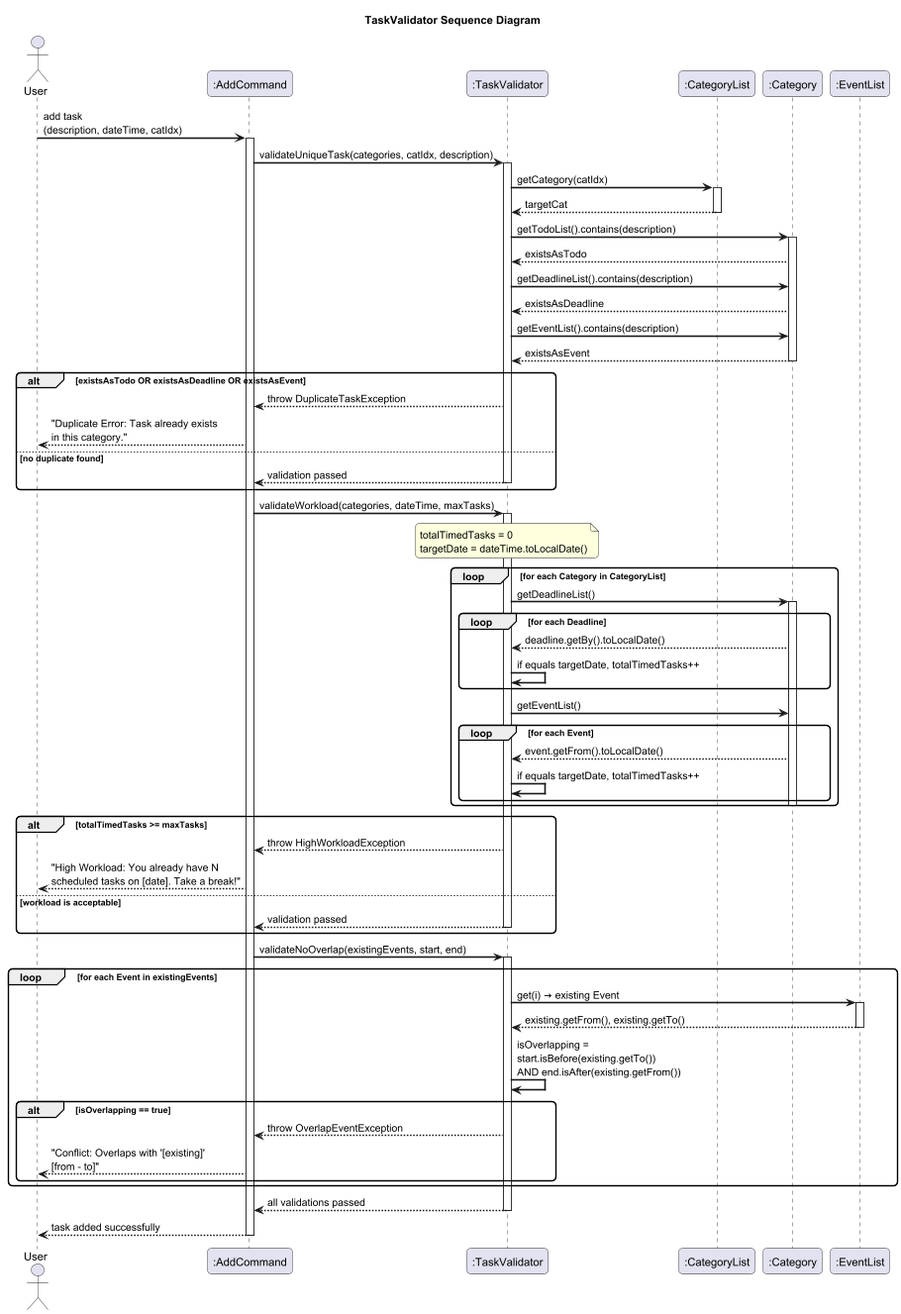
The PlantUML diagram docs/pictures/TaskValidatorSequence.png in sushmiithaa/tp, before a commit. Its diagram source:
```plantuml
@startuml TaskValidatorSequenceDiagram

skinparam sequenceArrowThickness 2
skinparam roundcorner 10

title TaskValidator Sequence Diagram

actor User
participant ":AddCommand" as AC
participant ":TaskValidator" as TV
participant ":CategoryList" as CL
participant ":Category" as CAT
participant ":EventList" as EL

User -> AC : add task\n(description, dateTime, catIdx)
activate AC

AC -> TV : validateUniqueTask(categories, catIdx, description)
activate TV

TV -> CL : getCategory(catIdx)
activate CL
CL --> TV : targetCat
deactivate CL

TV -> CAT : getTodoList().contains(description)
activate CAT
CAT --> TV : existsAsTodo

TV -> CAT : getDeadlineList().contains(description)
CAT --> TV : existsAsDeadline

TV -> CAT : getEventList().contains(description)
CAT --> TV : existsAsEvent
deactivate CAT

alt existsAsTodo OR existsAsDeadline OR existsAsEvent
    TV --> AC : throw DuplicateTaskException
    AC --> User : "Duplicate Error: Task already exists\nin this category."
else no duplicate found
    TV --> AC : validation passed
    deactivate TV
end

AC -> TV : validateWorkload(categories, dateTime, maxTasks)
activate TV

note over TV : totalTimedTasks = 0\ntargetDate = dateTime.toLocalDate()

loop for each Category in CategoryList
    TV -> CAT : getDeadlineList()
    activate CAT
    loop for each Deadline
        CAT --> TV : deadline.getBy().toLocalDate()
        TV -> TV : if equals targetDate, totalTimedTasks++
    end

    TV -> CAT : getEventList()
    loop for each Event
        CAT --> TV : event.getFrom().toLocalDate()
        TV -> TV : if equals targetDate, totalTimedTasks++
    end
    deactivate CAT
end

alt totalTimedTasks >= maxTasks
    TV --> AC : throw HighWorkloadException
    AC --> User : "High Workload: You already have N\nscheduled tasks on [date]. Take a break!"
else workload is acceptable
    TV --> AC : validation passed
    deactivate TV
end

AC -> TV : validateNoOverlap(existingEvents, start, end)
activate TV

loop for each Event in existingEvents
    TV -> EL : get(i) → existing Event
    activate EL
    EL --> TV : existing.getFrom(), existing.getTo()
    deactivate EL

    TV -> TV : isOverlapping =\nstart.isBefore(existing.getTo())\nAND end.isAfter(existing.getFrom())

    alt isOverlapping == true
        TV --> AC : throw OverlapEventException
        AC --> User : "Conflict: Overlaps with '[existing]'\n[from - to]"
    end
end

TV --> AC : all validations passed
deactivate TV

AC --> User : task added successfully
deactivate AC

@enduml
```
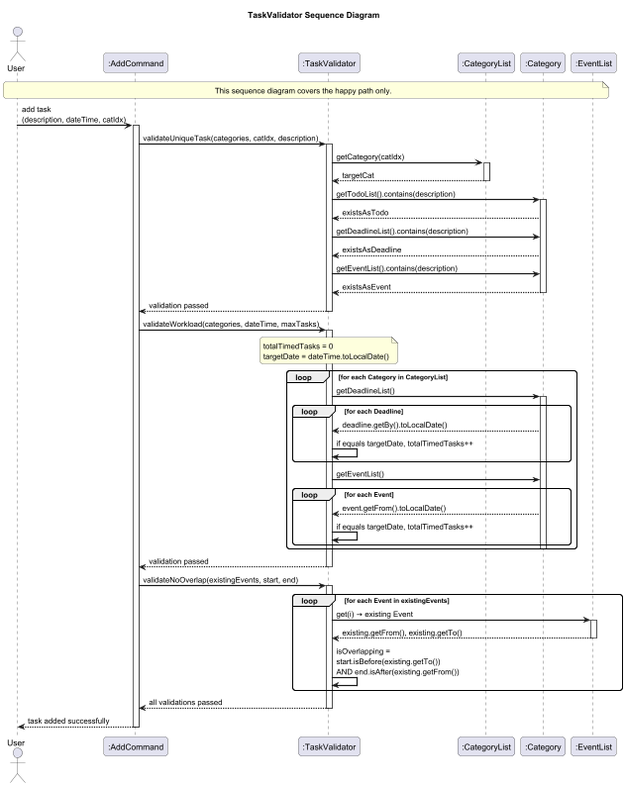
Later version of the same file.

Commit message:
Updated Sequence diagram to show happy path only

Change to the diagram source:
```diff
@@ -11,6 +11,8 @@
 participant ":CategoryList" as CL
 participant ":Category" as CAT
 participant ":EventList" as EL
+
+note over User, EL : This sequence diagram covers the happy path only.
 
 User -> AC : add task\n(description, dateTime, catIdx)
 activate AC
@@ -34,13 +36,8 @@
 CAT --> TV : existsAsEvent
 deactivate CAT
 
-alt existsAsTodo OR existsAsDeadline OR existsAsEvent
-    TV --> AC : throw DuplicateTaskException
-    AC --> User : "Duplicate Error: Task already exists\nin this category."
-else no duplicate found
-    TV --> AC : validation passed
-    deactivate TV
-end
+TV --> AC : validation passed
+deactivate TV
 
 AC -> TV : validateWorkload(categories, dateTime, maxTasks)
 activate TV
@@ -63,13 +60,8 @@
     deactivate CAT
 end
 
-alt totalTimedTasks >= maxTasks
-    TV --> AC : throw HighWorkloadException
-    AC --> User : "High Workload: You already have N\nscheduled tasks on [date]. Take a break!"
-else workload is acceptable
-    TV --> AC : validation passed
-    deactivate TV
-end
+TV --> AC : validation passed
+deactivate TV
 
 AC -> TV : validateNoOverlap(existingEvents, start, end)
 activate TV
@@ -81,11 +73,6 @@
     deactivate EL
 
     TV -> TV : isOverlapping =\nstart.isBefore(existing.getTo())\nAND end.isAfter(existing.getFrom())
-
-    alt isOverlapping == true
-        TV --> AC : throw OverlapEventException
-        AC --> User : "Conflict: Overlaps with '[existing]'\n[from - to]"
-    end
 end
 
 TV --> AC : all validations passed
```
